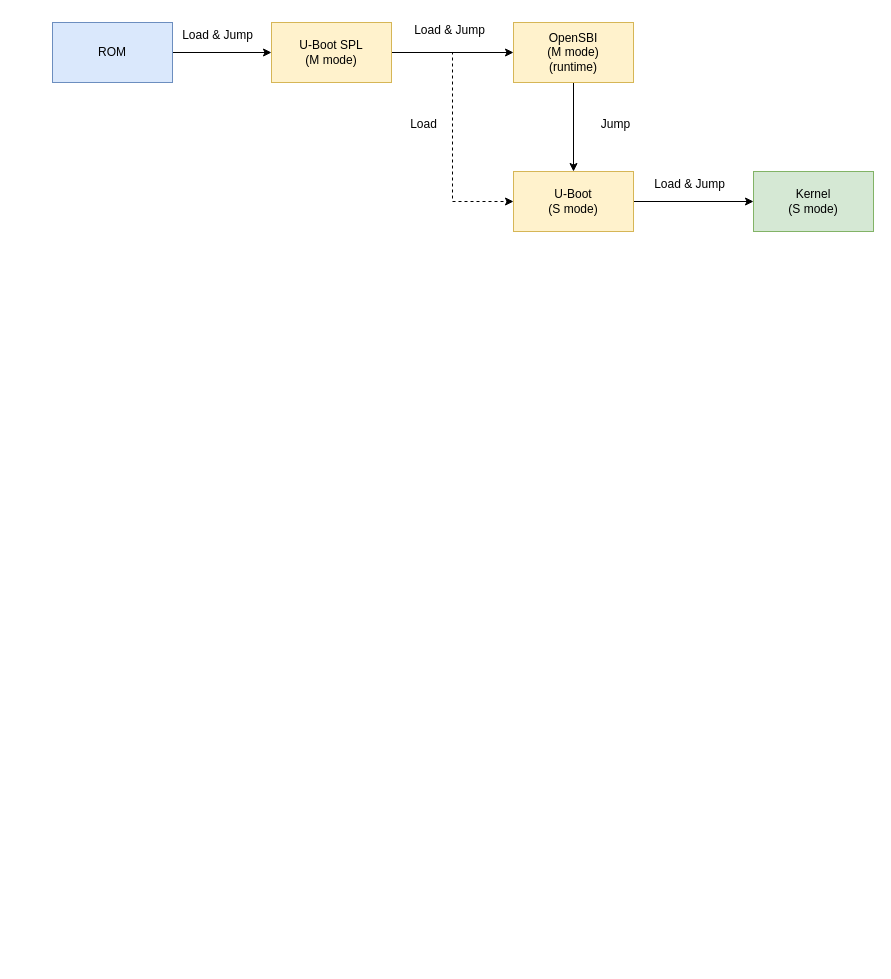
Above: page "boot flow" (1 of 2) of jingwei.drawio in thomas-coding/drawio (draw.io), before the change. Source tidied: cells renumbered, new cells numbered last; positions are measured from the earlier drawing's top-left corner, leaving out a move shared by most shapes. Both pictures are drawn from the tidied source at 100%, with x=0, y=0 at pixel (52, 17).
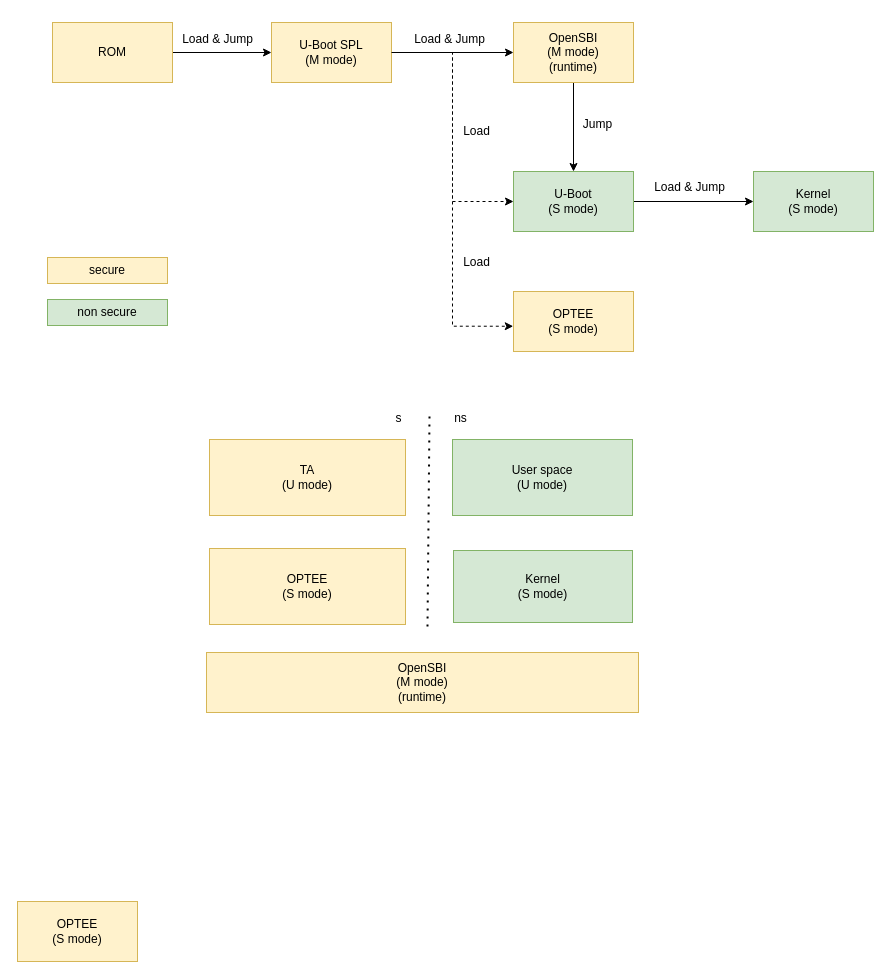
The same page after the edit.

Unchanged cells that the change refers to:
```xml
<mxCell id="6" value="U-Boot SPL&lt;div&gt;(M mode)&lt;/div&gt;" style="rounded=0;whiteSpace=wrap;html=1;fillColor=#fff2cc;strokeColor=#d6b656;" parent="1" vertex="1">
  <mxGeometry x="219" y="5" width="120" height="60" as="geometry" />
</mxCell>
```

The edit, as a diff of the source:
```diff
@@
-    <mxCell id="3" value="ROM" style="rounded=0;whiteSpace=wrap;html=1;fillColor=#dae8fc;strokeColor=#6c8ebf;" parent="1" vertex="1">
+    <mxCell id="3" value="ROM" style="rounded=0;whiteSpace=wrap;html=1;fillColor=#fff2cc;strokeColor=#d6b656;" parent="1" vertex="1">
       <mxGeometry y="5" width="120" height="60" as="geometry" />
     </mxCell>
@@
-    <mxCell id="10" value="U-Boot&lt;div&gt;(S mode)&lt;/div&gt;" style="rounded=0;whiteSpace=wrap;html=1;fillColor=#fff2cc;strokeColor=#d6b656;" parent="1" vertex="1">
+    <mxCell id="10" value="U-Boot&lt;div&gt;(S mode)&lt;/div&gt;" style="rounded=0;whiteSpace=wrap;html=1;fillColor=#d5e8d4;strokeColor=#82b366;" parent="1" vertex="1">
       <mxGeometry x="461" y="154" width="120" height="60" as="geometry" />
     </mxCell>
@@
     <mxCell id="12" value="Load" style="text;html=1;align=center;verticalAlign=middle;strokeColor=none;fillColor=none;" parent="1" vertex="1">
-      <mxGeometry x="348" y="94" width="45" height="26" as="geometry" />
+      <mxGeometry x="401" y="101" width="45" height="26" as="geometry" />
     </mxCell>
     <mxCell id="13" value="Load &amp;amp; Jump" style="text;html=1;align=center;verticalAlign=middle;strokeColor=none;fillColor=none;" parent="1" vertex="1">
-      <mxGeometry x="120" y="5" width="89" height="26" as="geometry" />
+      <mxGeometry x="120" y="9" width="89" height="26" as="geometry" />
     </mxCell>
     <mxCell id="14" value="Load &amp;amp; Jump" style="text;html=1;align=center;verticalAlign=middle;strokeColor=none;fillColor=none;" parent="1" vertex="1">
-      <mxGeometry x="352" width="89" height="26" as="geometry" />
+      <mxGeometry x="352" y="9" width="89" height="26" as="geometry" />
     </mxCell>
     <mxCell id="15" value="Jump" style="text;html=1;align=center;verticalAlign=middle;strokeColor=none;fillColor=none;" parent="1" vertex="1">
-      <mxGeometry x="539" y="94" width="47" height="26" as="geometry" />
+      <mxGeometry x="521" y="94" width="47" height="26" as="geometry" />
     </mxCell>
     <mxCell id="16" value="Load &amp;amp; Jump" style="text;html=1;align=center;verticalAlign=middle;strokeColor=none;fillColor=none;" parent="1" vertex="1">
-      <mxGeometry x="592" y="154" width="89" height="26" as="geometry" />
+      <mxGeometry x="592" y="157" width="89" height="26" as="geometry" />
     </mxCell>
+    <mxCell id="17" value="&lt;div&gt;OPTEE&lt;/div&gt;&lt;div&gt;(S mode)&lt;/div&gt;" style="rounded=0;whiteSpace=wrap;html=1;fillColor=#fff2cc;strokeColor=#d6b656;" parent="1" vertex="1">
+      <mxGeometry x="461" y="274" width="120" height="60" as="geometry" />
+    </mxCell>
+    <mxCell id="18" style="edgeStyle=orthogonalEdgeStyle;rounded=0;jettySize=auto;html=1;entryX=-0.002;entryY=0.579;entryDx=0;entryDy=0;entryPerimeter=0;dashed=1;" parent="1" edge="1" source="6" target="17">
+      <mxGeometry relative="1" as="geometry" />
+    </mxCell>
+    <mxCell id="19" value="Load" style="text;html=1;align=center;verticalAlign=middle;strokeColor=none;fillColor=none;" parent="1" vertex="1">
+      <mxGeometry x="401" y="232" width="45" height="26" as="geometry" />
+    </mxCell>
+    <mxCell id="20" value="OpenSBI&lt;div&gt;(M mode)&lt;/div&gt;&lt;div&gt;(runtime)&lt;/div&gt;" style="rounded=0;whiteSpace=wrap;html=1;fillColor=#fff2cc;strokeColor=#d6b656;" parent="1" vertex="1">
+      <mxGeometry x="154" y="635" width="432" height="60" as="geometry" />
+    </mxCell>
+    <mxCell id="21" value="&lt;div&gt;OPTEE&lt;/div&gt;&lt;div&gt;(S mode)&lt;/div&gt;" style="rounded=0;whiteSpace=wrap;html=1;fillColor=#fff2cc;strokeColor=#d6b656;" parent="1" vertex="1">
+      <mxGeometry x="157" y="531" width="196" height="76" as="geometry" />
+    </mxCell>
+    <mxCell id="22" value="&lt;div&gt;OPTEE&lt;/div&gt;&lt;div&gt;(S mode)&lt;/div&gt;" style="rounded=0;whiteSpace=wrap;html=1;fillColor=#fff2cc;strokeColor=#d6b656;" parent="1" vertex="1">
+      <mxGeometry x="-35" y="884" width="120" height="60" as="geometry" />
+    </mxCell>
+    <mxCell id="23" value="Kernel&lt;div&gt;(S mode)&lt;/div&gt;" style="rounded=0;whiteSpace=wrap;html=1;fillColor=#d5e8d4;strokeColor=#82b366;" parent="1" vertex="1">
+      <mxGeometry x="401" y="533" width="179" height="72" as="geometry" />
+    </mxCell>
+    <mxCell id="24" value="&lt;div&gt;TA&lt;/div&gt;&lt;div&gt;(U mode)&lt;/div&gt;" style="rounded=0;whiteSpace=wrap;html=1;fillColor=#fff2cc;strokeColor=#d6b656;" parent="1" vertex="1">
+      <mxGeometry x="157" y="422" width="196" height="76" as="geometry" />
+    </mxCell>
+    <mxCell id="25" value="&lt;div&gt;User space&lt;/div&gt;&lt;div&gt;(U mode)&lt;/div&gt;" style="rounded=0;whiteSpace=wrap;html=1;fillColor=#d5e8d4;strokeColor=#82b366;" parent="1" vertex="1">
+      <mxGeometry x="400" y="422" width="180" height="76" as="geometry" />
+    </mxCell>
+    <mxCell id="26" value="secure" style="rounded=0;whiteSpace=wrap;html=1;fillColor=#fff2cc;strokeColor=#d6b656;" parent="1" vertex="1">
+      <mxGeometry x="-5" y="240" width="120" height="26" as="geometry" />
+    </mxCell>
+    <mxCell id="27" value="non secure" style="rounded=0;whiteSpace=wrap;html=1;fillColor=#d5e8d4;strokeColor=#82b366;" parent="1" vertex="1">
+      <mxGeometry x="-5" y="282" width="120" height="26" as="geometry" />
+    </mxCell>
+    <mxCell id="28" style="endArrow=none;dashed=1;html=1;dashPattern=1 3;strokeWidth=2;rounded=0;" parent="1" edge="1">
+      <mxGeometry relative="1" as="geometry">
+        <mxPoint x="375" y="609" as="sourcePoint" />
+        <mxPoint x="377" y="399" as="targetPoint" />
+      </mxGeometry>
+    </mxCell>
+    <mxCell id="29" value="s" style="text;html=1;align=center;verticalAlign=middle;strokeColor=none;fillColor=none;" parent="1" vertex="1">
+      <mxGeometry x="334" y="388" width="24" height="26" as="geometry" />
+    </mxCell>
+    <mxCell id="30" value="ns" style="text;html=1;align=center;verticalAlign=middle;strokeColor=none;fillColor=none;" parent="1" vertex="1">
+      <mxGeometry x="392" y="388" width="31" height="26" as="geometry" />
+    </mxCell>
```
